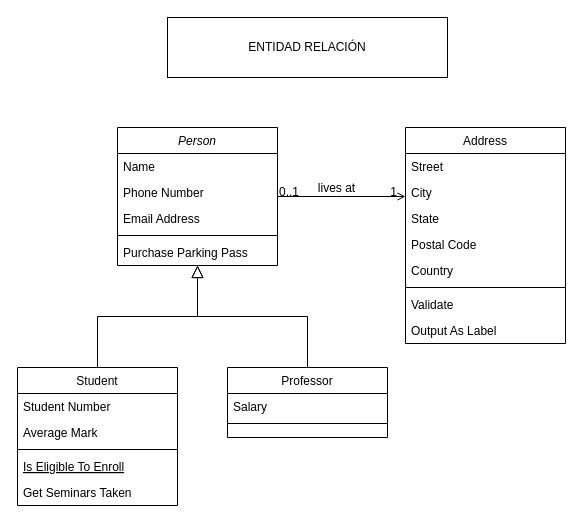
Above: Diagrama sin título.drawio in django-grupo-9/integrating-project-cens451 (draw.io), before the change. Source tidied: cells renumbered, new cells numbered last; positions are measured from the earlier drawing's top-left corner, leaving out a move shared by most shapes. Both pictures are drawn from the tidied source at 100%, with x=0, y=0 at pixel (17, 17).
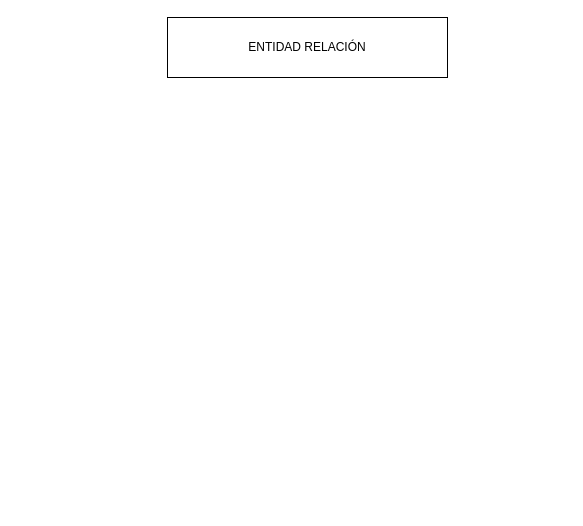
The same diagram, later.

What changed in the source:
```diff
@@
-    <mxCell id="2" value="Person" style="swimlane;fontStyle=2;align=center;verticalAlign=top;horizontal=1;startSize=26;rounded=0;shadow=0;strokeWidth=1;" parent="1" vertex="1">
-      <mxGeometry x="100" y="110" width="160" height="138" as="geometry" />
-    </mxCell>
-    <mxCell id="3" value="Name" style="text;align=left;verticalAlign=top;spacingLeft=4;spacingRight=4;overflow=hidden;" parent="2" vertex="1">
-      <mxGeometry y="26" width="160" height="26" as="geometry" />
-    </mxCell>
-    <mxCell id="4" value="Phone Number" style="text;align=left;verticalAlign=top;spacingLeft=4;spacingRight=4;overflow=hidden;rounded=0;shadow=0;html=0;" parent="2" vertex="1">
-      <mxGeometry y="52" width="160" height="26" as="geometry" />
-    </mxCell>
-    <mxCell id="5" value="Email Address" style="text;align=left;verticalAlign=top;spacingLeft=4;spacingRight=4;overflow=hidden;rounded=0;shadow=0;html=0;" parent="2" vertex="1">
-      <mxGeometry y="78" width="160" height="26" as="geometry" />
-    </mxCell>
-    <mxCell id="6" style="line;html=1;strokeWidth=1;align=left;verticalAlign=middle;spacingTop=-1;spacingLeft=3;spacingRight=3;labelPosition=right;" parent="2" vertex="1">
-      <mxGeometry y="104" width="160" height="8" as="geometry" />
-    </mxCell>
-    <mxCell id="7" value="Purchase Parking Pass" style="text;align=left;verticalAlign=top;spacingLeft=4;spacingRight=4;overflow=hidden;" parent="2" vertex="1">
-      <mxGeometry y="112" width="160" height="26" as="geometry" />
-    </mxCell>
-    <mxCell id="8" value="Student" style="swimlane;fontStyle=0;align=center;verticalAlign=top;horizontal=1;startSize=26;rounded=0;shadow=0;strokeWidth=1;" parent="1" vertex="1">
-      <mxGeometry y="350" width="160" height="138" as="geometry" />
-    </mxCell>
-    <mxCell id="9" value="Student Number" style="text;align=left;verticalAlign=top;spacingLeft=4;spacingRight=4;overflow=hidden;" parent="8" vertex="1">
-      <mxGeometry y="26" width="160" height="26" as="geometry" />
-    </mxCell>
-    <mxCell id="10" value="Average Mark" style="text;align=left;verticalAlign=top;spacingLeft=4;spacingRight=4;overflow=hidden;rounded=0;shadow=0;html=0;" parent="8" vertex="1">
-      <mxGeometry y="52" width="160" height="26" as="geometry" />
-    </mxCell>
-    <mxCell id="11" style="line;html=1;strokeWidth=1;align=left;verticalAlign=middle;spacingTop=-1;spacingLeft=3;spacingRight=3;labelPosition=right;" parent="8" vertex="1">
-      <mxGeometry y="78" width="160" height="8" as="geometry" />
-    </mxCell>
-    <mxCell id="12" value="Is Eligible To Enroll" style="text;align=left;verticalAlign=top;spacingLeft=4;spacingRight=4;overflow=hidden;fontStyle=4;" parent="8" vertex="1">
-      <mxGeometry y="86" width="160" height="26" as="geometry" />
-    </mxCell>
-    <mxCell id="13" value="Get Seminars Taken" style="text;align=left;verticalAlign=top;spacingLeft=4;spacingRight=4;overflow=hidden;" parent="8" vertex="1">
-      <mxGeometry y="112" width="160" height="26" as="geometry" />
-    </mxCell>
-    <mxCell id="14" style="endArrow=block;endSize=10;endFill=0;shadow=0;strokeWidth=1;rounded=0;edgeStyle=elbowEdgeStyle;elbow=vertical;" parent="1" edge="1" source="8" target="2">
-      <mxGeometry relative="1" as="geometry" />
-    </mxCell>
-    <mxCell id="15" value="Professor" style="swimlane;fontStyle=0;align=center;verticalAlign=top;horizontal=1;startSize=26;rounded=0;shadow=0;strokeWidth=1;" parent="1" vertex="1">
-      <mxGeometry x="210" y="350" width="160" height="70" as="geometry" />
-    </mxCell>
-    <mxCell id="16" value="Salary" style="text;align=left;verticalAlign=top;spacingLeft=4;spacingRight=4;overflow=hidden;" parent="15" vertex="1">
-      <mxGeometry y="26" width="160" height="26" as="geometry" />
-    </mxCell>
-    <mxCell id="17" style="line;html=1;strokeWidth=1;align=left;verticalAlign=middle;spacingTop=-1;spacingLeft=3;spacingRight=3;labelPosition=right;" parent="15" vertex="1">
-      <mxGeometry y="52" width="160" height="8" as="geometry" />
-    </mxCell>
-    <mxCell id="18" style="endArrow=block;endSize=10;endFill=0;shadow=0;strokeWidth=1;rounded=0;edgeStyle=elbowEdgeStyle;elbow=vertical;" parent="1" edge="1" source="15" target="2">
-      <mxGeometry relative="1" as="geometry" />
-    </mxCell>
-    <mxCell id="19" value="Address" style="swimlane;fontStyle=0;align=center;verticalAlign=top;horizontal=1;startSize=26;rounded=0;shadow=0;strokeWidth=1;" parent="1" vertex="1">
-      <mxGeometry x="388" y="110" width="160" height="216" as="geometry" />
-    </mxCell>
-    <mxCell id="20" value="Street" style="text;align=left;verticalAlign=top;spacingLeft=4;spacingRight=4;overflow=hidden;" parent="19" vertex="1">
-      <mxGeometry y="26" width="160" height="26" as="geometry" />
-    </mxCell>
-    <mxCell id="21" value="City" style="text;align=left;verticalAlign=top;spacingLeft=4;spacingRight=4;overflow=hidden;rounded=0;shadow=0;html=0;" parent="19" vertex="1">
-      <mxGeometry y="52" width="160" height="26" as="geometry" />
-    </mxCell>
-    <mxCell id="22" value="State" style="text;align=left;verticalAlign=top;spacingLeft=4;spacingRight=4;overflow=hidden;rounded=0;shadow=0;html=0;" parent="19" vertex="1">
-      <mxGeometry y="78" width="160" height="26" as="geometry" />
-    </mxCell>
-    <mxCell id="23" value="Postal Code" style="text;align=left;verticalAlign=top;spacingLeft=4;spacingRight=4;overflow=hidden;rounded=0;shadow=0;html=0;" parent="19" vertex="1">
-      <mxGeometry y="104" width="160" height="26" as="geometry" />
-    </mxCell>
-    <mxCell id="24" value="Country" style="text;align=left;verticalAlign=top;spacingLeft=4;spacingRight=4;overflow=hidden;rounded=0;shadow=0;html=0;" parent="19" vertex="1">
-      <mxGeometry y="130" width="160" height="26" as="geometry" />
-    </mxCell>
-    <mxCell id="25" style="line;html=1;strokeWidth=1;align=left;verticalAlign=middle;spacingTop=-1;spacingLeft=3;spacingRight=3;labelPosition=right;" parent="19" vertex="1">
-      <mxGeometry y="156" width="160" height="8" as="geometry" />
-    </mxCell>
-    <mxCell id="26" value="Validate" style="text;align=left;verticalAlign=top;spacingLeft=4;spacingRight=4;overflow=hidden;" parent="19" vertex="1">
-      <mxGeometry y="164" width="160" height="26" as="geometry" />
-    </mxCell>
-    <mxCell id="27" value="Output As Label" style="text;align=left;verticalAlign=top;spacingLeft=4;spacingRight=4;overflow=hidden;" parent="19" vertex="1">
-      <mxGeometry y="190" width="160" height="26" as="geometry" />
-    </mxCell>
-    <mxCell id="28" style="endArrow=open;shadow=0;strokeWidth=1;rounded=0;endFill=1;edgeStyle=elbowEdgeStyle;elbow=vertical;" parent="1" edge="1" source="2" target="19">
-      <mxGeometry x="0.5" y="41" relative="1" as="geometry">
-        <mxPoint x="-40" y="32" as="offset" />
-      </mxGeometry>
-    </mxCell>
-    <mxCell id="29" value="0..1" style="align=left;verticalAlign=bottom;labelBackgroundColor=none;fontSize=12;" parent="28" vertex="1">
-      <mxGeometry x="-1" relative="1" as="geometry">
-        <mxPoint y="4" as="offset" />
-      </mxGeometry>
-    </mxCell>
-    <mxCell id="30" value="1" style="align=right;verticalAlign=bottom;labelBackgroundColor=none;fontSize=12;" parent="28" vertex="1">
-      <mxGeometry x="1" relative="1" as="geometry">
-        <mxPoint x="-7" y="4" as="offset" />
-      </mxGeometry>
-    </mxCell>
-    <mxCell id="31" value="lives at" style="text;html=1;align=center;verticalAlign=middle;labelBackgroundColor=none;rounded=0;shadow=0;strokeWidth=1;fontSize=12;" parent="28" vertex="1">
-      <mxGeometry x="0.5" y="49" relative="1" as="geometry">
-        <mxPoint x="-38" y="40" as="offset" />
-      </mxGeometry>
-    </mxCell>
```
